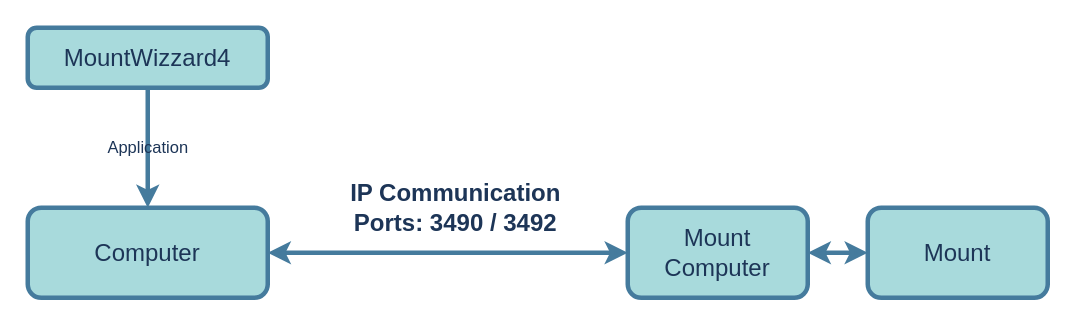
This is doc/image/overview.drawio from mworion/MountWizzard4, a draw.io file, before an edit. Source tidied: cells renumbered, new cells numbered last; positions are measured from the earlier drawing's top-left corner, leaving out a move shared by most shapes. Both pictures are drawn from the tidied source at 150%, with x=0, y=0 at pixel (27, 27).
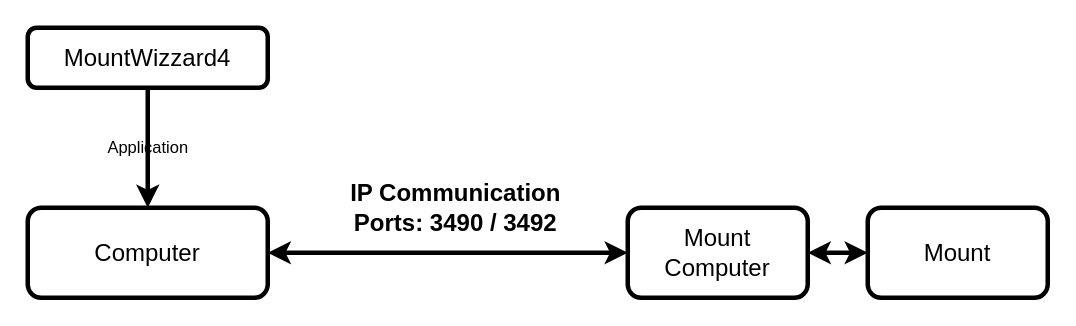
Above is the later version.

Change to the diagram source:
```diff
@@
 <mxGraphModel>
   <root>
     <mxCell id="0" />
     <mxCell id="1" parent="0" />
-    <mxCell id="2" value="Computer" style="rounded=1;whiteSpace=wrap;html=1;strokeWidth=3;fontSize=16;labelBackgroundColor=none;fillColor=#A8DADC;strokeColor=#457B9D;fontColor=#1D3557;" parent="1" vertex="1">
+    <mxCell id="2" value="Computer" style="rounded=1;whiteSpace=wrap;html=1;strokeWidth=3;fontSize=16;labelBackgroundColor=none;" parent="1" vertex="1">
       <mxGeometry y="120" width="160" height="60" as="geometry" />
     </mxCell>
-    <mxCell id="3" value="Mount Computer" style="rounded=1;whiteSpace=wrap;html=1;strokeWidth=3;fontSize=16;labelBackgroundColor=none;fillColor=#A8DADC;strokeColor=#457B9D;fontColor=#1D3557;" parent="1" vertex="1">
+    <mxCell id="3" value="Mount Computer" style="rounded=1;whiteSpace=wrap;html=1;strokeWidth=3;fontSize=16;labelBackgroundColor=none;" parent="1" vertex="1">
       <mxGeometry x="400" y="120" width="120" height="60" as="geometry" />
     </mxCell>
-    <mxCell id="4" style="endArrow=classic;startArrow=classic;html=1;strokeWidth=3;labelBackgroundColor=none;strokeColor=#457B9D;fontColor=default;" parent="1" edge="1" target="3">
+    <mxCell id="4" style="endArrow=classic;startArrow=classic;html=1;strokeWidth=3;labelBackgroundColor=none;fontColor=default;" parent="1" edge="1" target="3">
       <mxGeometry relative="1" as="geometry">
         <mxPoint x="160" y="150" as="sourcePoint" />
       </mxGeometry>
     </mxCell>
-    <mxCell id="5" value="IP Communication&lt;br&gt;Ports:&amp;nbsp;3490 / 3492" style="text;strokeColor=none;fillColor=none;html=1;fontSize=16;fontStyle=1;verticalAlign=middle;align=center;labelBackgroundColor=none;fontColor=#1D3557;" parent="1" vertex="1">
+    <mxCell id="5" value="IP Communication&lt;br&gt;Ports:&amp;nbsp;3490 / 3492" style="text;strokeColor=none;fillColor=none;html=1;fontSize=16;fontStyle=1;verticalAlign=middle;align=center;labelBackgroundColor=none;" parent="1" vertex="1">
       <mxGeometry x="210" y="100" width="150" height="40" as="geometry" />
     </mxCell>
-    <mxCell id="6" value="Mount" style="rounded=1;whiteSpace=wrap;html=1;strokeWidth=3;fontSize=16;labelBackgroundColor=none;fillColor=#A8DADC;strokeColor=#457B9D;fontColor=#1D3557;" parent="1" vertex="1">
+    <mxCell id="6" value="Mount" style="rounded=1;whiteSpace=wrap;html=1;strokeWidth=3;fontSize=16;labelBackgroundColor=none;" parent="1" vertex="1">
       <mxGeometry x="560" y="120" width="120" height="60" as="geometry" />
     </mxCell>
-    <mxCell id="7" style="endArrow=classic;startArrow=classic;html=1;exitX=1;exitY=0.5;exitDx=0;exitDy=0;strokeWidth=3;entryX=0;entryY=0.5;entryDx=0;entryDy=0;labelBackgroundColor=none;strokeColor=#457B9D;fontColor=default;" parent="1" edge="1" source="3" target="6">
+    <mxCell id="7" style="endArrow=classic;startArrow=classic;html=1;exitX=1;exitY=0.5;exitDx=0;exitDy=0;strokeWidth=3;entryX=0;entryY=0.5;entryDx=0;entryDy=0;labelBackgroundColor=none;fontColor=default;" parent="1" edge="1" source="3" target="6">
       <mxGeometry relative="1" as="geometry" />
     </mxCell>
-    <mxCell id="8" value="MountWizzard4" style="rounded=1;whiteSpace=wrap;html=1;strokeWidth=3;fontSize=16;labelBackgroundColor=none;fillColor=#A8DADC;strokeColor=#457B9D;fontColor=#1D3557;" parent="1" vertex="1">
+    <mxCell id="8" value="MountWizzard4" style="rounded=1;whiteSpace=wrap;html=1;strokeWidth=3;fontSize=16;labelBackgroundColor=none;" parent="1" vertex="1">
       <mxGeometry width="160" height="40" as="geometry" />
     </mxCell>
-    <mxCell id="9" style="endArrow=none;startArrow=classic;html=1;strokeWidth=3;exitX=0.5;exitY=0;exitDx=0;exitDy=0;entryX=0.5;entryY=1;entryDx=0;entryDy=0;startFill=1;endFill=0;labelBackgroundColor=none;strokeColor=#457B9D;fontColor=default;" parent="1" edge="1" source="2" target="8">
+    <mxCell id="9" style="endArrow=none;startArrow=classic;html=1;strokeWidth=3;exitX=0.5;exitY=0;exitDx=0;exitDy=0;entryX=0.5;entryY=1;entryDx=0;entryDy=0;startFill=1;endFill=0;labelBackgroundColor=none;fontColor=default;" parent="1" edge="1" source="2" target="8">
       <mxGeometry relative="1" as="geometry" />
     </mxCell>
-    <mxCell id="10" value="Application" style="edgeLabel;html=1;align=center;verticalAlign=middle;labelBackgroundColor=none;fontColor=#1D3557;" parent="9" vertex="1">
+    <mxCell id="10" value="Application" style="edgeLabel;html=1;align=center;verticalAlign=middle;labelBackgroundColor=none;" parent="9" vertex="1">
       <mxGeometry x="0.03" y="1" relative="1" as="geometry" />
     </mxCell>
   </root>
 </mxGraphModel>
```
